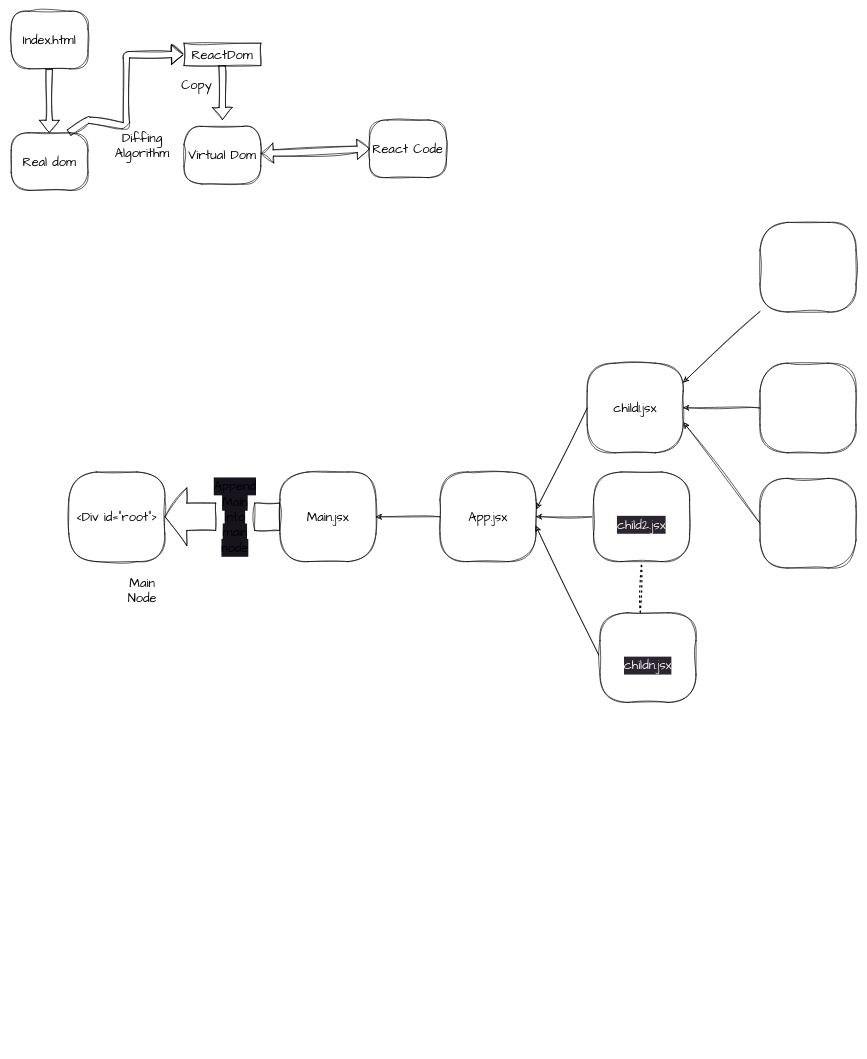
The draw.io diagram ReactWorkFlow.drawio in prahulk46a/ReactLearning, before the edit. Source tidied: cells renumbered, new cells numbered last; positions are measured from the earlier drawing's top-left corner, leaving out a move shared by most shapes. Both pictures are drawn from the tidied source at 64%, with x=0, y=0 at pixel (11, 11).
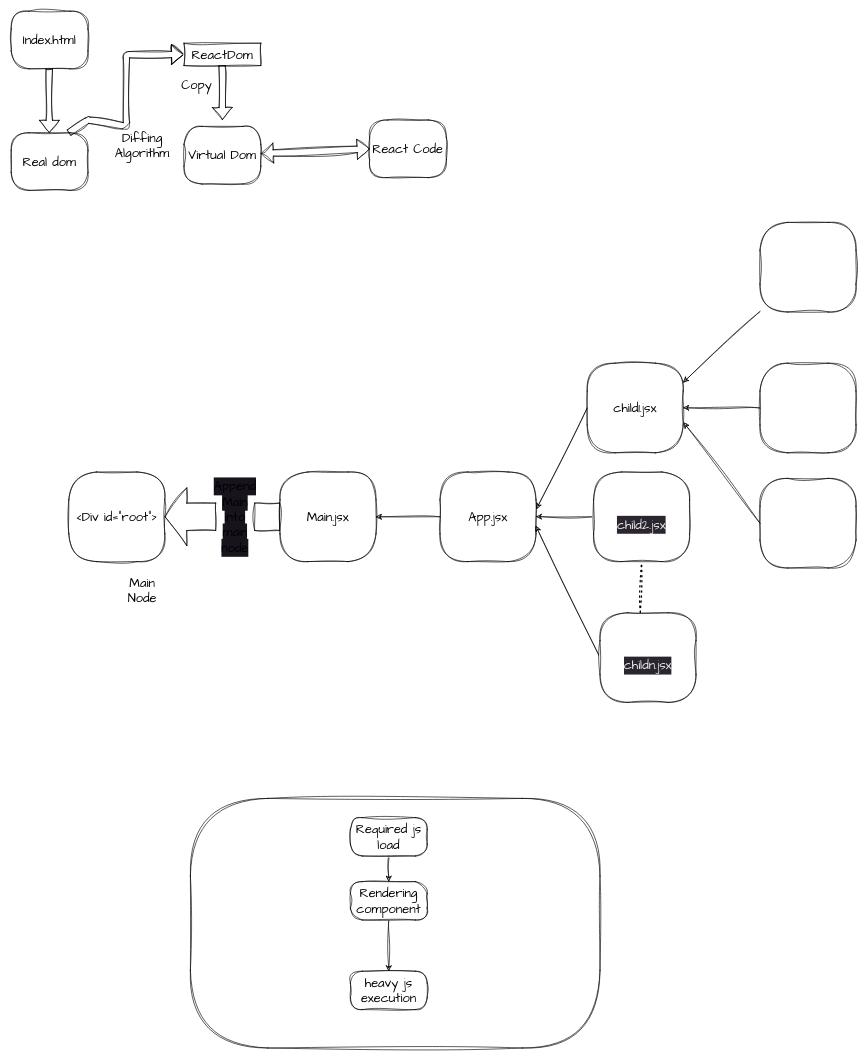
After the change.

Commit message (it also covers changes not shown here):
Notes updated- Lifecycle methods of React

The edit, as a diff of the source:
```diff
@@
+    <mxCell id="34" style="whiteSpace=wrap;html=1;rounded=1;arcSize=31;sketch=1;hachureGap=4;jiggle=2;curveFitting=1;fontFamily=Architects Daughter;fontSize=20;" parent="1" vertex="1">
+      <mxGeometry x="280" y="1230" width="640" height="390" as="geometry" />
+    </mxCell>
@@
+    <mxCell id="35" style="edgeStyle=none;sketch=1;hachureGap=4;jiggle=2;curveFitting=1;html=1;exitX=0.5;exitY=1;exitDx=0;exitDy=0;entryX=0.5;entryY=0;entryDx=0;entryDy=0;fontFamily=Architects Daughter;fontSize=16;" parent="1" edge="1" source="36" target="38">
+      <mxGeometry relative="1" as="geometry" />
+    </mxCell>
+    <mxCell id="36" value="Required js load" style="whiteSpace=wrap;html=1;rounded=1;arcSize=31;sketch=1;hachureGap=4;jiggle=2;curveFitting=1;fontFamily=Architects Daughter;fontSize=20;" parent="1" vertex="1">
+      <mxGeometry x="530" y="1260" width="120" height="60" as="geometry" />
+    </mxCell>
+    <mxCell id="37" style="edgeStyle=none;sketch=1;hachureGap=4;jiggle=2;curveFitting=1;html=1;exitX=0.5;exitY=1;exitDx=0;exitDy=0;entryX=0.5;entryY=0;entryDx=0;entryDy=0;fontFamily=Architects Daughter;fontSize=16;" parent="1" edge="1" source="38" target="39">
+      <mxGeometry relative="1" as="geometry" />
+    </mxCell>
+    <mxCell id="38" value="Rendering component" style="whiteSpace=wrap;html=1;rounded=1;arcSize=31;sketch=1;hachureGap=4;jiggle=2;curveFitting=1;fontFamily=Architects Daughter;fontSize=20;" parent="1" vertex="1">
+      <mxGeometry x="530" y="1360" width="120" height="60" as="geometry" />
+    </mxCell>
+    <mxCell id="39" value="heavy js execution" style="whiteSpace=wrap;html=1;rounded=1;arcSize=31;sketch=1;hachureGap=4;jiggle=2;curveFitting=1;fontFamily=Architects Daughter;fontSize=20;" parent="1" vertex="1">
+      <mxGeometry x="530" y="1500" width="120" height="60" as="geometry" />
+    </mxCell>
```
